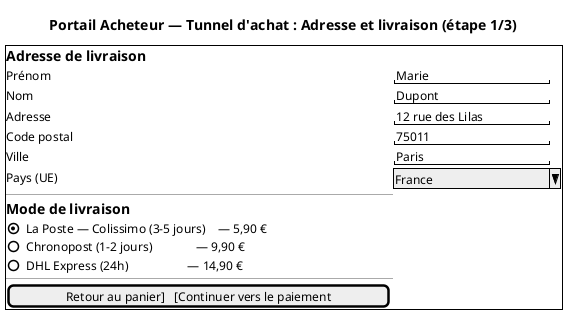
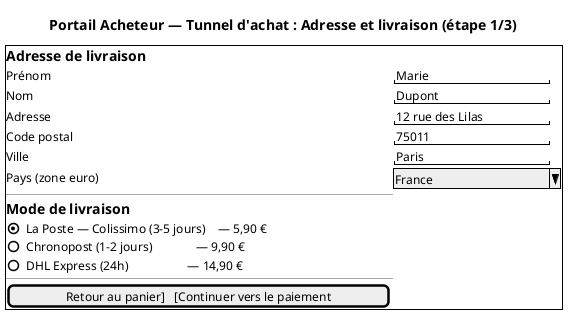
@startsalt
' Composant PA : front-acheteur (Portail Acheteur)
- ' Fonctions allouées : Service Commande — FS-B06 (tunnel d'achat), CS-04 (UE uniquement)
+ ' Fonctions allouées : Service Commande — FS-B06 (tunnel d'achat), CS-04 (zone euro uniquement)
' Les modes de livraison sont alimentés par les transporteurs configurés par l'admin (FS-A03)
title Portail Acheteur — Tunnel d'achat : Adresse et livraison (étape 1/3)

{+
  == Adresse de livraison
  Prénom       | "Marie              "
  Nom          | "Dupont             "
  Adresse      | "12 rue des Lilas   "
  Code postal  | "75011              "
  Ville        | "Paris              "
-   Pays (UE)    | ^France             ^
+   Pays (zone euro)    | ^France             ^
  --
  == Mode de livraison
  (X) La Poste — Colissimo (3-5 jours)    — 5,90 €
  ( ) Chronopost (1-2 jours)              — 9,90 €
  ( ) DHL Express (24h)                   — 14,90 €
  --
  [Retour au panier]   [Continuer vers le paiement]
}
@endsalt
